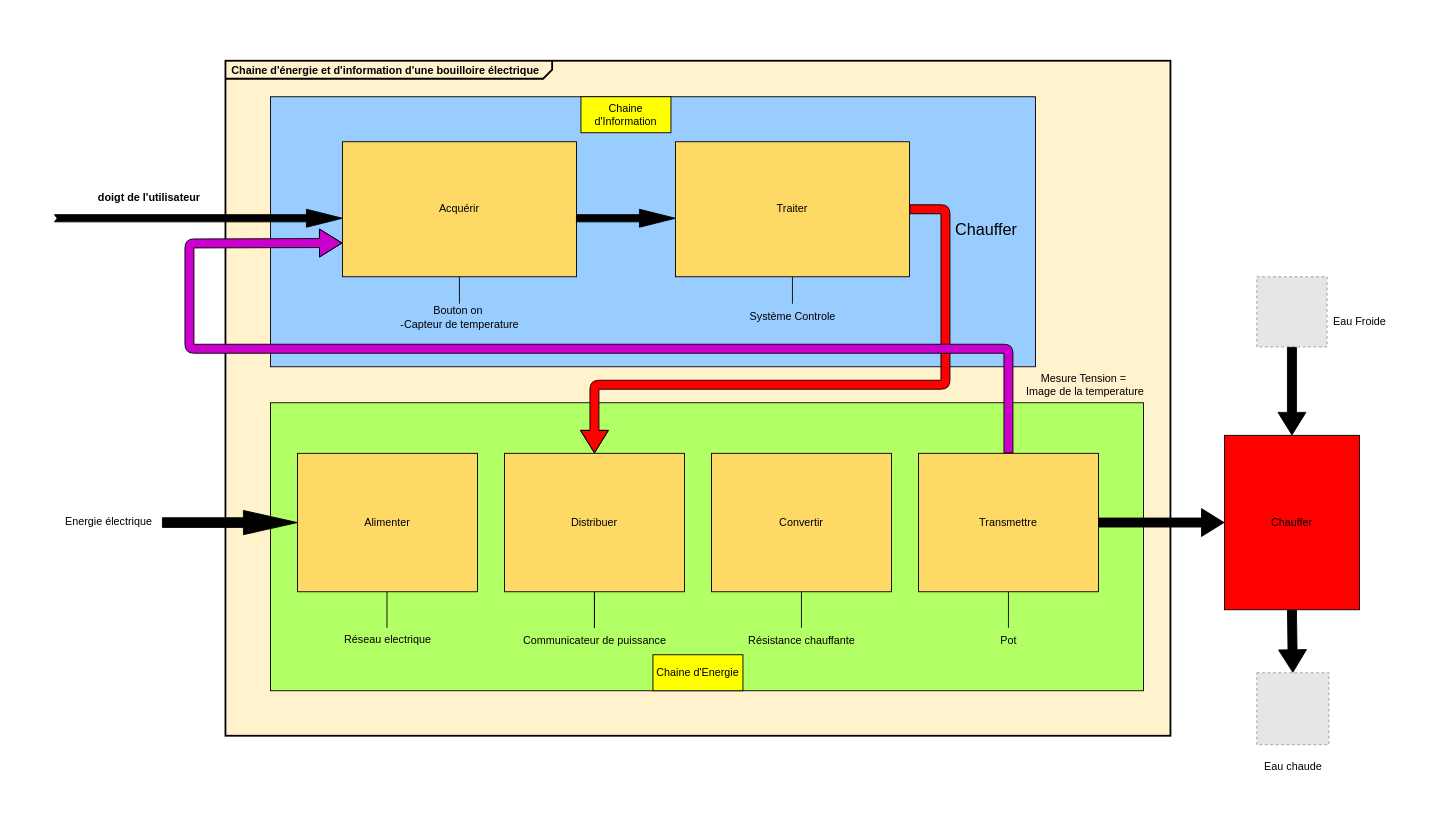
Above: BD_BOUILLOIRE.drawio in Capaure/mon_classeur_SI1ere (draw.io), before the change. Source tidied: cells renumbered, new cells numbered last; positions are measured from the earlier drawing's top-left corner, leaving out a move shared by most shapes. Both pictures are drawn from the tidied source at 90%, with x=0, y=0 at pixel (54, 60). Pictures stored in the file or linked from it are replaced by grey dashed boxes.
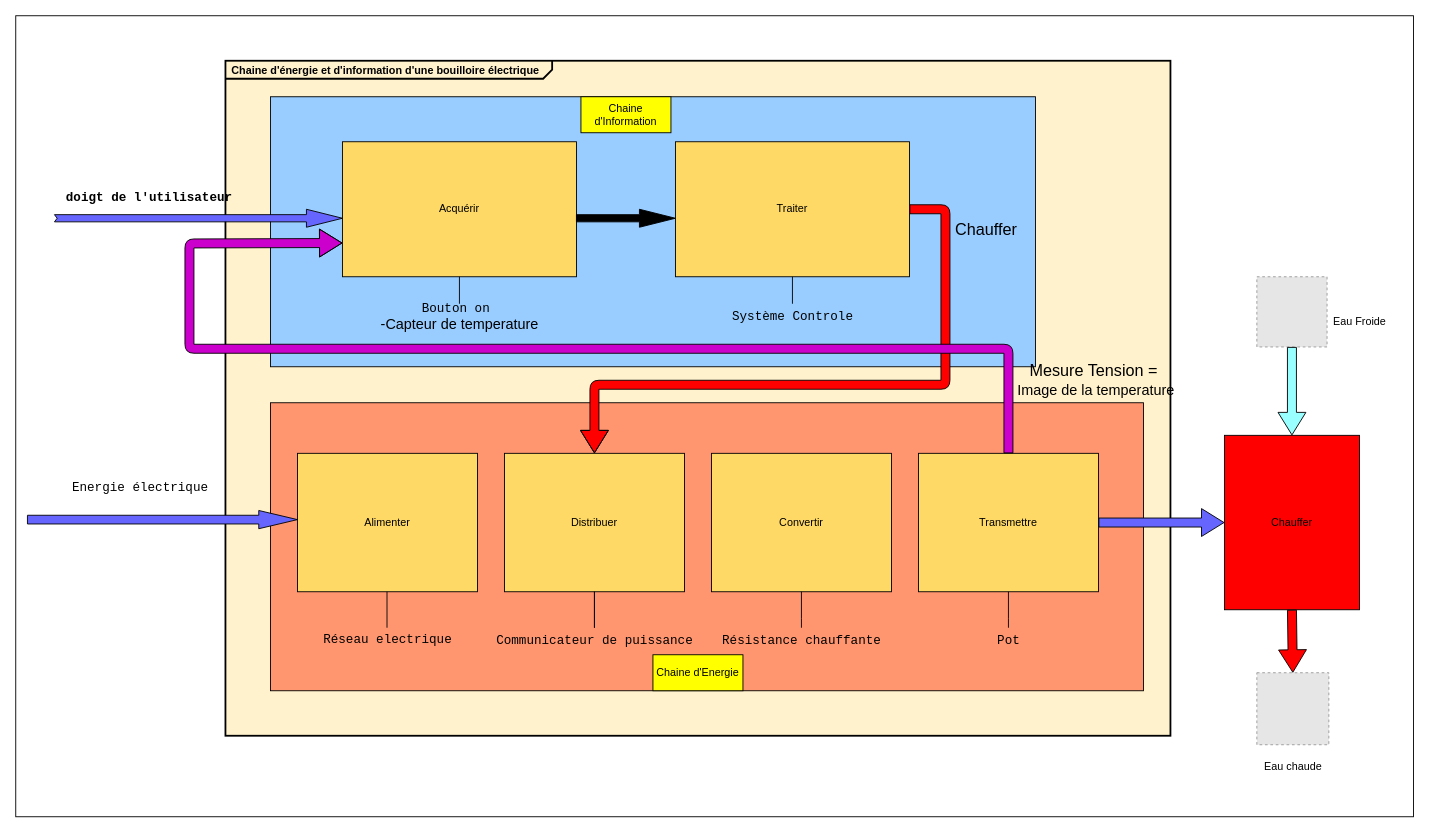
The same diagram, later.

Commit message:
Mettre à jour BD_BOUILLOIRE.drawio

Unchanged cells that the change refers to:
```xml
<mxCell id="13" value="Transmettre" style="html=1;whiteSpace=wrap;fillColor=#FFD966;" parent="1" vertex="1">
  <mxGeometry x="960" y="436.2" width="200" height="153.8" as="geometry" />
</mxCell>
<mxCell id="27" value="Chauffer" style="whiteSpace=wrap;html=1;align=center;fillColor=#FF0000;" parent="1" vertex="1">
  <mxGeometry x="1300" y="416.2" width="150" height="193.8" as="geometry" />
</mxCell>
<mxCell id="32" style="fillColor=#E6E6E6;strokeColor=#999999;dashed=1;html=1;verticalAlign=top;verticalLabelPosition=bottom;labelBackgroundColor=#ffffff;" parent="1" vertex="1">
  <mxGeometry x="1336" y="240" width="78" height="78" as="geometry" />
</mxCell>
<mxCell id="34" style="fillColor=#E6E6E6;strokeColor=#999999;dashed=1;html=1;verticalAlign=top;verticalLabelPosition=bottom;labelBackgroundColor=#ffffff;" parent="1" vertex="1">
  <mxGeometry x="1336" y="680" width="80" height="80" as="geometry" />
</mxCell>
```

Diff of the diagram source:
```diff
@@
+    <mxCell id="43" style="rounded=0;whiteSpace=wrap;html=1;" parent="1" vertex="1">
+      <mxGeometry x="-43" y="-50" width="1553" height="890" as="geometry" />
+    </mxCell>
@@
-    <mxCell id="4" style="html=1;whiteSpace=wrap;fillColor=#B3FF66;" parent="1" vertex="1">
+    <mxCell id="4" style="html=1;whiteSpace=wrap;fillColor=#FF9670;" parent="1" vertex="1">
       <mxGeometry x="240" y="380" width="970" height="320" as="geometry" />
     </mxCell>
-    <mxCell id="5" style="html=1;shadow=0;dashed=0;align=center;verticalAlign=middle;shape=mxgraph.arrows2.arrow;dy=0.6;dx=40;notch=3;fillColor=#000000;" parent="1" vertex="1">
+    <mxCell id="5" style="html=1;shadow=0;dashed=0;align=center;verticalAlign=middle;shape=mxgraph.arrows2.arrow;dy=0.6;dx=40;notch=3;fillColor=#6666FF;" parent="1" vertex="1">
       <mxGeometry y="165" width="320" height="20" as="geometry" />
     </mxCell>
-    <mxCell id="6" value="doigt de l'utilisateur" style="text;align=center;fontStyle=1;verticalAlign=middle;spacingLeft=3;spacingRight=3;strokeColor=none;html=1;" parent="1" vertex="1">
+    <mxCell id="6" value="&lt;font style=&quot;font-size: 14px;&quot; face=&quot;Courier New&quot;&gt;doigt de l'utilisateur&lt;/font&gt;" style="text;align=center;fontStyle=1;verticalAlign=middle;spacingLeft=3;spacingRight=3;strokeColor=none;html=1;" parent="1" vertex="1">
       <mxGeometry x="50" y="139" width="110" height="26" as="geometry" />
     </mxCell>
@@
-    <mxCell id="23" value="Réseau electrique&lt;div&gt;&lt;br&gt;&lt;/div&gt;" style="text;html=1;align=center;verticalAlign=middle;strokeColor=none;fillColor=none;" parent="1" vertex="1">
-      <mxGeometry x="310" y="630" width="120" height="40" as="geometry" />
+    <mxCell id="23" value="&lt;font style=&quot;font-size: 14px;&quot; face=&quot;Courier New&quot;&gt;Réseau electrique&lt;/font&gt;&lt;div&gt;&lt;br&gt;&lt;/div&gt;" style="text;html=1;align=center;verticalAlign=middle;strokeColor=none;fillColor=none;" parent="1" vertex="1">
+      <mxGeometry x="285" y="630" width="170" height="40" as="geometry" />
     </mxCell>
-    <mxCell id="24" value="Communicateur de puissance" style="text;html=1;align=center;verticalAlign=middle;strokeColor=none;fillColor=none;" parent="1" vertex="1">
-      <mxGeometry x="510" y="630" width="180" height="30" as="geometry" />
+    <mxCell id="24" value="&lt;font style=&quot;font-size: 14px;&quot; face=&quot;Courier New&quot;&gt;Communicateur de puissance&lt;/font&gt;" style="text;html=1;align=center;verticalAlign=middle;strokeColor=none;fillColor=none;" parent="1" vertex="1">
+      <mxGeometry x="480" y="630" width="240" height="30" as="geometry" />
     </mxCell>
-    <mxCell id="25" value="Résistance chauffante" style="text;html=1;align=center;verticalAlign=middle;strokeColor=none;fillColor=none;" parent="1" vertex="1">
-      <mxGeometry x="760" y="630" width="140" height="30" as="geometry" />
+    <mxCell id="25" value="&lt;font style=&quot;font-size: 14px;&quot; face=&quot;Courier New&quot;&gt;Résistance chauffante&lt;/font&gt;" style="text;html=1;align=center;verticalAlign=middle;strokeColor=none;fillColor=none;" parent="1" vertex="1">
+      <mxGeometry x="730" y="630" width="200" height="30" as="geometry" />
     </mxCell>
-    <mxCell id="26" value="Pot" style="text;html=1;align=center;verticalAlign=middle;strokeColor=none;fillColor=none;" parent="1" vertex="1">
-      <mxGeometry x="1040" y="630" width="40" height="30" as="geometry" />
+    <mxCell id="26" value="&lt;font style=&quot;font-size: 14px;&quot; face=&quot;Courier New&quot;&gt;Pot&lt;/font&gt;" style="text;html=1;align=center;verticalAlign=middle;strokeColor=none;fillColor=none;" parent="1" vertex="1">
+      <mxGeometry x="1035" y="630" width="50" height="30" as="geometry" />
     </mxCell>
@@
-    <mxCell id="28" style="edgeStyle=none;jettySize=auto;html=1;shape=flexArrow;rounded=1;startSize=8;endSize=8;exitX=1;exitY=0.5;exitDx=0;exitDy=0;entryX=0;entryY=0.5;entryDx=0;entryDy=0;fillColor=#000000;" parent="1" edge="1" source="13" target="27">
+    <mxCell id="28" style="edgeStyle=none;jettySize=auto;html=1;shape=flexArrow;rounded=1;startSize=8;endSize=8;exitX=1;exitY=0.5;exitDx=0;exitDy=0;entryX=0;entryY=0.5;entryDx=0;entryDy=0;fillColor=#6666FF;" parent="1" edge="1" source="13" target="27">
       <mxGeometry relative="1" as="geometry" />
     </mxCell>
@@
-    <mxCell id="31" value="Système Controle" style="text;html=1;align=center;verticalAlign=middle;strokeColor=none;fillColor=none;" parent="1" vertex="1">
-      <mxGeometry x="760" y="270" width="120" height="30" as="geometry" />
+    <mxCell id="31" value="&lt;font style=&quot;font-size: 14px;&quot; face=&quot;Courier New&quot;&gt;Système Controle&lt;/font&gt;" style="text;html=1;align=center;verticalAlign=middle;strokeColor=none;fillColor=none;" parent="1" vertex="1">
+      <mxGeometry x="740" y="270" width="160" height="30" as="geometry" />
     </mxCell>
@@
-    <mxCell id="37" value="Bouton on&amp;nbsp;&lt;div&gt;-Capteur de temperature&lt;/div&gt;" style="text;html=1;align=center;verticalAlign=middle;strokeColor=none;fillColor=none;" parent="1" vertex="1">
-      <mxGeometry x="375" y="265" width="150" height="40" as="geometry" />
+    <mxCell id="37" value="&lt;font style=&quot;font-size: 14px;&quot; face=&quot;Courier New&quot;&gt;Bouton on&amp;nbsp;&lt;/font&gt;&lt;div&gt;&lt;font size=&quot;3&quot; face=&quot;_pyl_01m51JNeYnxi6zQ&quot;&gt;-Capteur de temperature&lt;/font&gt;&lt;/div&gt;" style="text;html=1;align=center;verticalAlign=middle;strokeColor=none;fillColor=none;" parent="1" vertex="1">
+      <mxGeometry x="360" y="260" width="180" height="50" as="geometry" />
     </mxCell>
-    <mxCell id="38" value="Energie électrique" style="text;html=1;align=center;verticalAlign=middle;strokeColor=none;fillColor=none;" parent="1" vertex="1">
-      <mxGeometry y="496.6" width="120" height="30" as="geometry" />
+    <mxCell id="38" value="&lt;font style=&quot;font-size: 14px;&quot; face=&quot;Courier New&quot;&gt;Energie électrique&lt;/font&gt;" style="text;html=1;align=center;verticalAlign=middle;strokeColor=none;fillColor=none;" parent="1" vertex="1">
+      <mxGeometry x="10" y="460" width="170" height="30" as="geometry" />
     </mxCell>
-    <mxCell id="39" style="shape=singleArrow;whiteSpace=wrap;html=1;arrowWidth=0.4;arrowSize=0.4;fillColor=#000000;" parent="1" vertex="1">
-      <mxGeometry x="120" y="499.7" width="150" height="26.9" as="geometry" />
+    <mxCell id="39" style="shape=singleArrow;whiteSpace=wrap;html=1;arrowWidth=0.4771048744460884;arrowSize=0.14333333333333334;fillColor=#6666FF;" parent="1" vertex="1">
+      <mxGeometry x="-30" y="499.7" width="300" height="20.3" as="geometry" />
     </mxCell>
-    <mxCell id="40" value="Mesure Tension =&amp;nbsp;&lt;div&gt;Image de la temperature&lt;/div&gt;" style="text;html=1;align=center;verticalAlign=middle;strokeColor=none;fillColor=none;" parent="1" vertex="1">
-      <mxGeometry x="1070" y="340" width="150" height="40" as="geometry" />
+    <mxCell id="40" value="&lt;font style=&quot;font-size: 18px;&quot;&gt;Mesure Tension =&amp;nbsp;&lt;/font&gt;&lt;div&gt;&lt;font size=&quot;3&quot;&gt;Image de la temperature&lt;/font&gt;&lt;/div&gt;" style="text;html=1;align=center;verticalAlign=middle;strokeColor=none;fillColor=none;" parent="1" vertex="1">
+      <mxGeometry x="1057" y="330" width="200" height="50" as="geometry" />
     </mxCell>
-    <mxCell id="41" style="edgeStyle=none;jettySize=auto;html=1;shape=flexArrow;rounded=1;startSize=8;endSize=8;entryX=0.5;entryY=0;entryDx=0;entryDy=0;fillColor=#000000;" parent="1" edge="1" source="32" target="27">
+    <mxCell id="41" style="edgeStyle=none;jettySize=auto;html=1;shape=flexArrow;rounded=1;startSize=8;endSize=8;entryX=0.5;entryY=0;entryDx=0;entryDy=0;fillColor=#99FFFF;" parent="1" edge="1" source="32" target="27">
       <mxGeometry relative="1" as="geometry" />
     </mxCell>
-    <mxCell id="42" style="edgeStyle=none;jettySize=auto;html=1;shape=flexArrow;rounded=1;startSize=8;endSize=8;exitX=0.5;exitY=1;exitDx=0;exitDy=0;entryX=0.5;entryY=0;entryDx=0;entryDy=0;fillColor=#000000;" parent="1" edge="1" source="27" target="34">
+    <mxCell id="42" style="edgeStyle=none;jettySize=auto;html=1;shape=flexArrow;rounded=1;startSize=8;endSize=8;exitX=0.5;exitY=1;exitDx=0;exitDy=0;entryX=0.5;entryY=0;entryDx=0;entryDy=0;fillColor=#FF0000;" parent="1" edge="1" source="27" target="34">
       <mxGeometry relative="1" as="geometry" />
     </mxCell>
```
